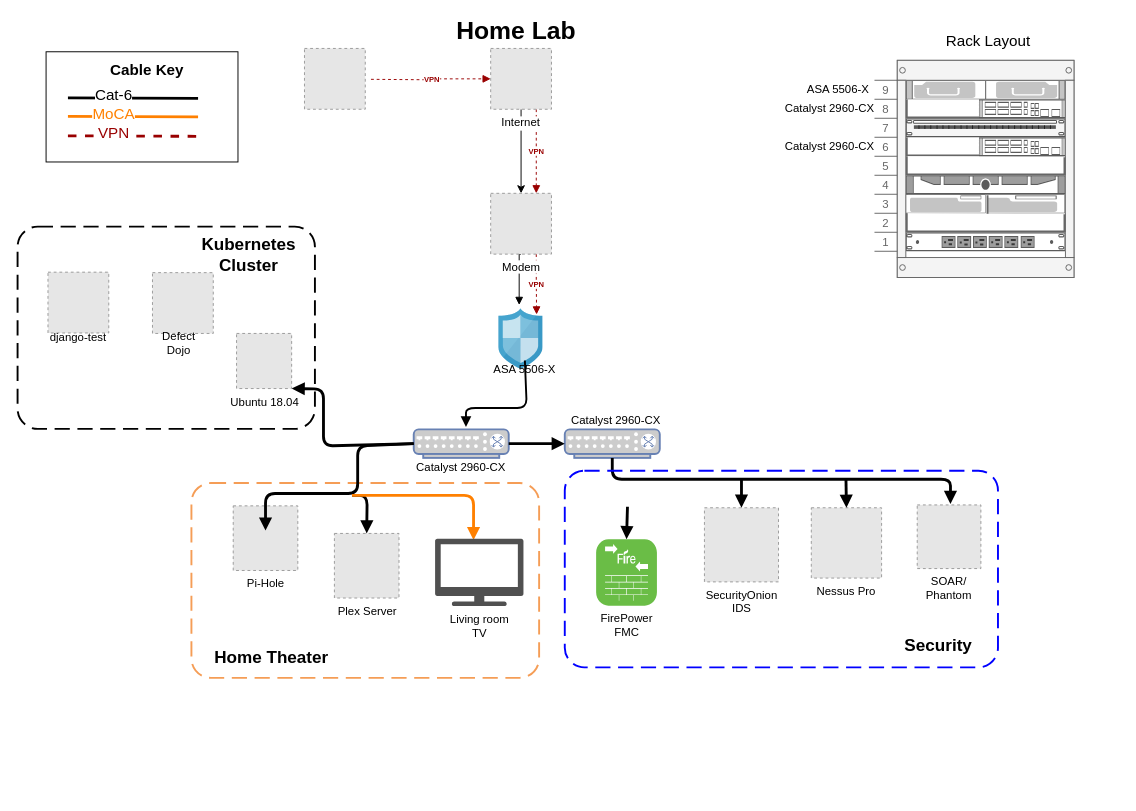
This is HomeLab.drawio from trae-horton/SOAR, a draw.io file, before an edit. Source tidied: cells renumbered, new cells numbered last; positions are measured from the earlier drawing's top-left corner, leaving out a move shared by most shapes. Both pictures are drawn from the tidied source at 95%, with x=0, y=0 at pixel (17, 21). Pictures stored in the file or linked from it are replaced by grey dashed boxes.
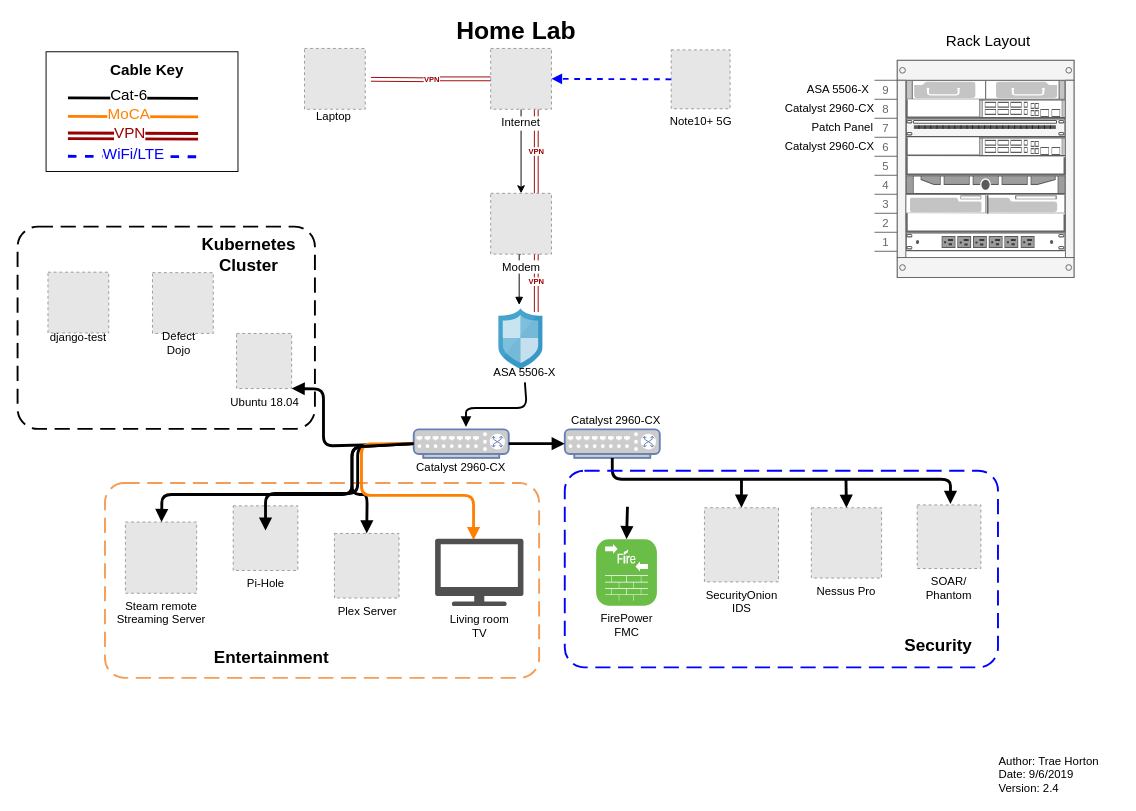
Above is the later version.

Unchanged cells that the change refers to:
```xml
<mxCell id="7" value="Internet" style="fillColor=#E6E6E6;strokeColor=#999999;dashed=1;verticalLabelPosition=bottom;verticalAlign=top;labelBackgroundColor=#ffffff;" parent="1" vertex="1">
  <mxGeometry x="498" y="28.5" width="64" height="64" as="geometry" />
</mxCell>
<mxCell id="10" value="Modem" style="fillColor=#E6E6E6;strokeColor=#999999;dashed=1;html=1;verticalAlign=top;verticalLabelPosition=bottom;labelBackgroundColor=#ffffff;" parent="1" vertex="1">
  <mxGeometry x="498" y="181" width="64" height="64" as="geometry" />
</mxCell>
<mxCell id="11" style="html=1;perimeter=none;align=center;shadow=0;dashed=0;image;fontSize=12;image=img/lib/mscae/ShieldFirewall.svg;" parent="1" vertex="1">
  <mxGeometry x="506.5" y="302.5" width="46.7" height="64" as="geometry" />
</mxCell>
<mxCell id="18" style="fontColor=#0066CC;verticalAlign=top;verticalLabelPosition=bottom;labelPosition=center;align=center;html=1;outlineConnect=0;fillColor=#CCCCCC;strokeColor=#6881B3;gradientColor=none;gradientDirection=north;strokeWidth=2;shape=mxgraph.networks.switch;" parent="1" vertex="1">
  <mxGeometry x="417" y="429.5" width="100" height="30" as="geometry" />
</mxCell>
<mxCell id="24" value="Plex Server" style="fillColor=#E6E6E6;strokeColor=#999999;dashed=1;html=1;verticalAlign=top;verticalLabelPosition=bottom;labelBackgroundColor=#ffffff;" parent="1" vertex="1">
  <mxGeometry x="333.5" y="539" width="68" height="68" as="geometry" />
</mxCell>
<mxCell id="54" value="Living room&lt;br&gt;TV" style="shadow=0;dashed=0;html=1;strokeColor=none;fillColor=#505050;labelPosition=center;verticalLabelPosition=bottom;verticalAlign=top;outlineConnect=0;align=center;shape=mxgraph.office.devices.tv;" parent="1" vertex="1">
  <mxGeometry x="439.5" y="544.5" width="93" height="71" as="geometry" />
</mxCell>
<mxCell id="60" style="endArrow=none;html=1;fontSize=16;strokeWidth=3;" parent="1" edge="1">
  <mxGeometry relative="1" as="geometry">
    <mxPoint x="53" y="80.5" as="sourcePoint" />
    <mxPoint x="190" y="81" as="targetPoint" />
  </mxGeometry>
</mxCell>
<mxCell id="62" style="endArrow=none;html=1;fontSize=16;strokeWidth=3;strokeColor=#FF8000;" parent="1" edge="1">
  <mxGeometry relative="1" as="geometry">
    <mxPoint x="53" y="100" as="sourcePoint" />
    <mxPoint x="190" y="100.5" as="targetPoint" />
  </mxGeometry>
</mxCell>
```

The edit, as a diff of the source:
```diff
@@
     <mxCell id="2" style="rounded=0;whiteSpace=wrap;html=1;" parent="1" vertex="1">
-      <mxGeometry x="30" y="32" width="202" height="116" as="geometry" />
+      <mxGeometry x="30" y="32" width="202" height="126" as="geometry" />
     </mxCell>
     <mxCell id="3" style="rounded=1;arcSize=10;dashed=1;strokeColor=#F59D56;fillColor=none;gradientColor=none;dashPattern=8 4;strokeWidth=2;" parent="1" vertex="1">
-      <mxGeometry x="183" y="486" width="366" height="205" as="geometry" />
+      <mxGeometry x="92" y="486" width="457" height="205" as="geometry" />
     </mxCell>
@@
-    <mxCell id="6" value="VPN" style="edgeStyle=orthogonalEdgeStyle;rounded=0;jettySize=auto;html=1;exitX=0.75;exitY=1;exitDx=0;exitDy=0;entryX=0.75;entryY=0;entryDx=0;entryDy=0;dashed=1;gradientColor=#ea6b66;fillColor=#f8cecc;strokeColor=#990000;endArrow=block;endFill=1;fontSize=8;fontStyle=1;fontColor=#990000;" parent="1" edge="1" source="7" target="10">
+    <mxCell id="6" value="VPN" style="edgeStyle=orthogonalEdgeStyle;rounded=0;jettySize=auto;html=1;exitX=0.75;exitY=1;exitDx=0;exitDy=0;entryX=0.75;entryY=0;entryDx=0;entryDy=0;gradientColor=#ea6b66;fillColor=#f8cecc;strokeColor=#990000;endArrow=block;endFill=1;fontSize=8;fontStyle=1;fontColor=#990000;shape=link;" parent="1" edge="1" source="7" target="10">
       <mxGeometry relative="1" as="geometry" />
     </mxCell>
@@
-    <mxCell id="8" value="VPN" style="edgeStyle=orthogonalEdgeStyle;rounded=0;jettySize=auto;html=1;exitX=0.75;exitY=1;exitDx=0;exitDy=0;entryX=0.853;entryY=0.094;entryDx=0;entryDy=0;entryPerimeter=0;dashed=1;endArrow=block;endFill=1;fontSize=8;fontColor=#990000;gradientColor=#ea6b66;fillColor=#f8cecc;strokeColor=#990000;fontStyle=1;" parent="1" edge="1" source="10" target="11">
-      <mxGeometry relative="1" as="geometry" />
+    <mxCell id="8" value="VPN" style="edgeStyle=orthogonalEdgeStyle;rounded=0;orthogonalLoop=1;jettySize=auto;html=1;exitX=0.75;exitY=1;exitDx=0;exitDy=0;entryX=0.853;entryY=0.094;entryDx=0;entryDy=0;entryPerimeter=0;endArrow=block;endFill=1;fontSize=8;fontColor=#990000;gradientColor=#ea6b66;fillColor=#f8cecc;strokeColor=#990000;fontStyle=1;shape=link;" parent="1" edge="1">
+      <mxGeometry relative="1" as="geometry">
+        <mxPoint x="546" y="242" as="sourcePoint" />
+        <mxPoint x="546" y="306" as="targetPoint" />
+      </mxGeometry>
     </mxCell>
@@
-    <mxCell id="12" value="VPN" style="edgeStyle=orthogonalEdgeStyle;rounded=0;jettySize=auto;html=1;exitX=1;exitY=0.5;exitDx=0;exitDy=0;entryX=0;entryY=0.5;entryDx=0;entryDy=0;dashed=1;gradientColor=#ea6b66;fillColor=#f8cecc;strokeColor=#990000;endArrow=block;endFill=1;fontSize=8;fontStyle=1;fontColor=#990000;" parent="1" edge="1" target="7">
+    <mxCell id="12" value="VPN" style="edgeStyle=orthogonalEdgeStyle;rounded=0;jettySize=auto;html=1;exitX=1;exitY=0.5;exitDx=0;exitDy=0;entryX=0;entryY=0.5;entryDx=0;entryDy=0;gradientColor=#ea6b66;fillColor=#f8cecc;strokeColor=#990000;endArrow=block;endFill=1;fontSize=8;fontStyle=1;fontColor=#990000;shape=link;" parent="1" edge="1" target="7">
       <mxGeometry relative="1" as="geometry">
         <mxPoint x="372" y="61" as="sourcePoint" />
       </mxGeometry>
     </mxCell>
@@
-    <mxCell id="20" style="endArrow=block;html=1;endFill=1;strokeWidth=2;exitX=0.5;exitY=0;exitDx=0;exitDy=0;" parent="1" edge="1" source="21">
+    <mxCell id="20" style="endArrow=block;html=1;endFill=1;strokeWidth=2;exitX=0.5;exitY=1;exitDx=0;exitDy=0;" parent="1" edge="1" source="21">
       <mxGeometry relative="1" as="geometry">
         <mxPoint x="472" y="427" as="targetPoint" />
         <Array as="points">
           <mxPoint x="536" y="407" />
           <mxPoint x="472" y="407" />
         </Array>
       </mxGeometry>
     </mxCell>
     <mxCell id="21" value="ASA 5506-X" style="text;html=1;strokeColor=none;fillColor=none;align=center;verticalAlign=middle;whiteSpace=wrap;rounded=0;" parent="1" vertex="1">
-      <mxGeometry x="496" y="357" width="76" height="20" as="geometry" />
+      <mxGeometry x="496" y="360" width="76" height="20" as="geometry" />
     </mxCell>
@@
-    <mxCell id="25" style="endArrow=block;html=1;strokeWidth=3;entryX=0.5;entryY=0;entryDx=0;entryDy=0;endFill=1;" parent="1" edge="1" target="24">
+    <mxCell id="25" style="endArrow=block;html=1;strokeWidth=3;entryX=0.5;entryY=0;entryDx=0;entryDy=0;endFill=1;exitX=0;exitY=0.5;exitDx=0;exitDy=0;exitPerimeter=0;" parent="1" edge="1" source="18" target="24">
       <mxGeometry relative="1" as="geometry">
-        <mxPoint x="352" y="499" as="sourcePoint" />
         <Array as="points">
-          <mxPoint x="368" y="499" />
+          <mxPoint x="352" y="448" />
+          <mxPoint x="352" y="498" />
+          <mxPoint x="368" y="498" />
         </Array>
       </mxGeometry>
     </mxCell>
@@
-    <mxCell id="27" style="endArrow=block;html=1;strokeWidth=3;endFill=1;entryX=0.435;entryY=0.021;entryDx=0;entryDy=0;entryPerimeter=0;strokeColor=#FF8000;" parent="1" edge="1" target="54">
+    <mxCell id="27" style="endArrow=block;html=1;strokeWidth=3;endFill=1;entryX=0.435;entryY=0.021;entryDx=0;entryDy=0;entryPerimeter=0;strokeColor=#FF8000;exitX=0;exitY=0.5;exitDx=0;exitDy=0;exitPerimeter=0;" parent="1" edge="1" source="18" target="54">
       <mxGeometry relative="1" as="geometry">
-        <mxPoint x="352" y="499" as="sourcePoint" />
         <Array as="points">
+          <mxPoint x="362" y="445" />
+          <mxPoint x="362" y="499" />
           <mxPoint x="480" y="499" />
         </Array>
       </mxGeometry>
     </mxCell>
@@
-    <mxCell id="55" value="Home Theater" style="text;html=1;strokeColor=none;fillColor=none;align=center;verticalAlign=middle;whiteSpace=wrap;rounded=0;fontSize=18;fontStyle=1;" parent="1" vertex="1">
+    <mxCell id="55" value="Entertainment" style="text;html=1;strokeColor=none;fillColor=none;align=center;verticalAlign=middle;whiteSpace=wrap;rounded=0;fontSize=18;fontStyle=1;" parent="1" vertex="1">
       <mxGeometry x="197.5" y="660" width="139" height="20" as="geometry" />
     </mxCell>
@@
     <mxCell id="61" value="Cat-6" style="text;html=1;align=center;verticalAlign=middle;labelBackgroundColor=#ffffff;fontSize=16;" parent="60" vertex="1">
-      <mxGeometry x="-0.31" y="4" relative="1" as="geometry" />
+      <mxGeometry x="-0.31" y="4" relative="1" as="geometry">
+        <mxPoint x="16" as="offset" />
+      </mxGeometry>
     </mxCell>
@@
     <mxCell id="63" value="MoCA" style="text;html=1;align=center;verticalAlign=middle;labelBackgroundColor=#ffffff;fontSize=16;fontColor=#FF8000;" parent="62" vertex="1">
-      <mxGeometry x="-0.31" y="4" relative="1" as="geometry" />
+      <mxGeometry x="-0.31" y="4" relative="1" as="geometry">
+        <mxPoint x="16" as="offset" />
+      </mxGeometry>
     </mxCell>
-    <mxCell id="64" style="endArrow=none;html=1;fontSize=16;strokeWidth=3;dashed=1;strokeColor=#990000;" parent="1" edge="1">
+    <mxCell id="64" style="endArrow=none;html=1;fontSize=16;strokeWidth=3;strokeColor=#990000;shape=link;" parent="1" edge="1">
       <mxGeometry relative="1" as="geometry">
         <mxPoint x="53" y="120.5" as="sourcePoint" />
         <mxPoint x="190" y="121" as="targetPoint" />
       </mxGeometry>
     </mxCell>
     <mxCell id="65" value="VPN" style="text;html=1;align=center;verticalAlign=middle;labelBackgroundColor=#ffffff;fontSize=16;fontColor=#990000;" parent="64" vertex="1">
-      <mxGeometry x="-0.31" y="4" relative="1" as="geometry" />
+      <mxGeometry x="-0.31" y="4" relative="1" as="geometry">
+        <mxPoint x="17" as="offset" />
+      </mxGeometry>
     </mxCell>
@@
+    <mxCell id="71" value="Laptop" style="text;html=1;strokeColor=none;fillColor=none;align=center;verticalAlign=middle;whiteSpace=wrap;rounded=0;" parent="1" vertex="1">
+      <mxGeometry x="313" y="90" width="40" height="20" as="geometry" />
+    </mxCell>
+    <mxCell id="72" value="Note10+ 5G" style="fillColor=#E6E6E6;strokeColor=#999999;dashed=1;html=1;verticalAlign=top;verticalLabelPosition=bottom;labelBackgroundColor=#ffffff;" parent="1" vertex="1">
+      <mxGeometry x="688" y="30" width="62" height="62" as="geometry" />
+    </mxCell>
+    <mxCell id="73" style="endArrow=block;html=1;strokeColor=#0000FF;exitX=0;exitY=0.5;exitDx=0;exitDy=0;entryX=1;entryY=0.5;entryDx=0;entryDy=0;dashed=1;strokeWidth=2;endFill=1;" parent="1" edge="1" source="72" target="7">
+      <mxGeometry relative="1" as="geometry" />
+    </mxCell>
+    <mxCell id="74" style="endArrow=none;html=1;fontSize=16;strokeWidth=3;strokeColor=#0000FF;dashed=1;" parent="1" edge="1">
+      <mxGeometry relative="1" as="geometry">
+        <mxPoint x="53" y="142" as="sourcePoint" />
+        <mxPoint x="190" y="142.5" as="targetPoint" />
+      </mxGeometry>
+    </mxCell>
+    <mxCell id="75" value="WiFi/LTE" style="text;html=1;align=center;verticalAlign=middle;labelBackgroundColor=#ffffff;fontSize=16;fontColor=#0000FF;" parent="74" vertex="1">
+      <mxGeometry x="-0.31" y="4" relative="1" as="geometry">
+        <mxPoint x="21" as="offset" />
+      </mxGeometry>
+    </mxCell>
+    <mxCell id="76" value="&lt;font color=&quot;#000000&quot;&gt;Steam remote&lt;br&gt;Streaming Server&lt;br&gt;&lt;/font&gt;" style="fillColor=#E6E6E6;strokeColor=#999999;dashed=1;html=1;verticalAlign=top;verticalLabelPosition=bottom;labelBackgroundColor=#ffffff;fontColor=#0000FF;" parent="1" vertex="1">
+      <mxGeometry x="113.5" y="527" width="75" height="75" as="geometry" />
+    </mxCell>
+    <mxCell id="77" style="endArrow=block;html=1;strokeWidth=3;endFill=1;exitX=0;exitY=0.5;exitDx=0;exitDy=0;exitPerimeter=0;" parent="1" edge="1" source="18" target="76">
+      <mxGeometry relative="1" as="geometry">
+        <Array as="points">
+          <mxPoint x="352" y="448" />
+          <mxPoint x="352" y="498" />
+          <mxPoint x="152" y="498" />
+        </Array>
+      </mxGeometry>
+    </mxCell>
+    <mxCell id="78" value="Patch Panel" style="text;html=1;strokeColor=none;fillColor=none;align=center;verticalAlign=middle;whiteSpace=wrap;rounded=0;" parent="1" vertex="1">
+      <mxGeometry x="829" y="102" width="79" height="20" as="geometry" />
+    </mxCell>
+    <mxCell id="79" value="Author: Trae Horton&lt;br&gt;Date: 9/6/2019&lt;br&gt;Version: 2.4" style="text;html=1;strokeColor=none;fillColor=none;align=left;verticalAlign=middle;whiteSpace=wrap;rounded=0;" parent="1" vertex="1">
+      <mxGeometry x="1031" y="773" width="130" height="40" as="geometry" />
+    </mxCell>
```
